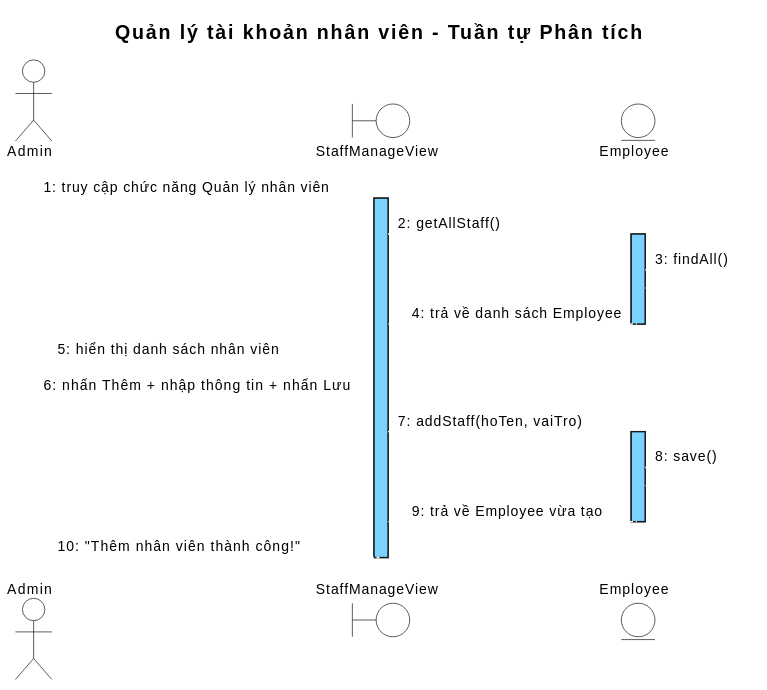
Before: output/diagrams/account_seq_staff_analysis.svg, a diagram exported from PlantUML (thanhtrnnn/cnpm).
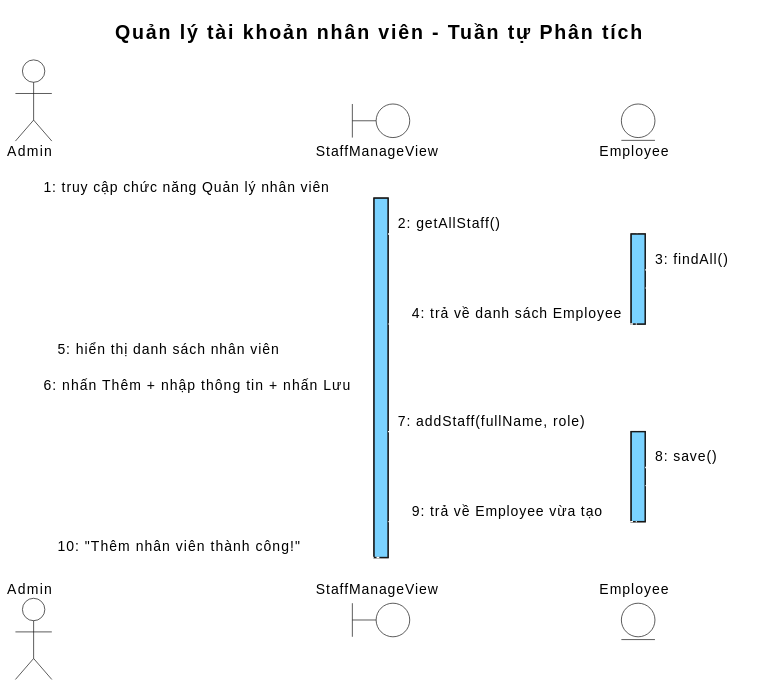
Later version of the same file.

Diff of the diagram source:
```diff
@@ -36,7 +36,7 @@
 B1 --> Admin : 5: hiển thị danh sách nhân viên
 
 Admin -> B1 : 6: nhấn Thêm + nhập thông tin + nhấn Lưu
-B1 -> E1 : 7: addStaff(hoTen, vaiTro)
+B1 -> E1 : 7: addStaff(fullName, role)
 activate E1
 E1 -> E1 : 8: save()
 E1 --> B1 : 9: trả về Employee vừa tạo
```
